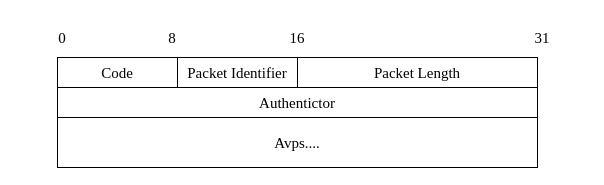
Earlier version of the draw.io diagram Radius协议报文格式.drawio (PATORITU/PATORITU). Source tidied: cells renumbered, new cells numbered last; positions are measured from the earlier drawing's top-left corner, leaving out a move shared by most shapes. Both pictures are drawn from the tidied source at 100%, with x=0, y=0 at pixel (17, 17).
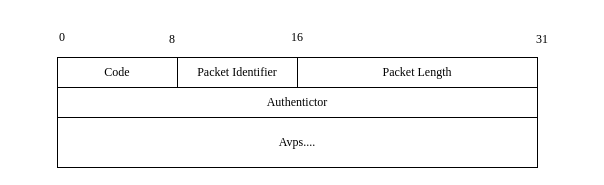
The same diagram, later.

Commit message:
更新Radius协议报文格式.drawio

Diff of the diagram source:
```diff
@@
 <mxGraphModel>
   <root>
     <mxCell id="0" />
     <mxCell id="1" parent="0" />
-    <mxCell id="2" value="&lt;span style=&quot;font-size: 15px;&quot;&gt;16&lt;/span&gt;" style="rounded=1;whiteSpace=wrap;html=1;strokeColor=none;fontFamily=Times New Roman;" parent="1" vertex="1">
+    <mxCell id="2" value="&lt;font style=&quot;font-size: 12px;&quot;&gt;16&lt;/font&gt;" style="rounded=1;whiteSpace=wrap;html=1;strokeColor=none;fontFamily=Times New Roman;" parent="1" vertex="1">
       <mxGeometry x="235" width="90" height="40" as="geometry" />
     </mxCell>
-    <mxCell id="3" value="&lt;font style=&quot;font-size: 15px;&quot;&gt;0&lt;/font&gt;" style="rounded=1;whiteSpace=wrap;html=1;strokeColor=none;fontFamily=Times New Roman;" parent="1" vertex="1">
+    <mxCell id="3" value="&lt;font style=&quot;font-size: 12px;&quot;&gt;0&lt;/font&gt;" style="rounded=1;whiteSpace=wrap;html=1;strokeColor=none;fontFamily=Times New Roman;" parent="1" vertex="1">
       <mxGeometry width="90" height="40" as="geometry" />
     </mxCell>
-    <mxCell id="4" value="8" style="rounded=1;whiteSpace=wrap;html=1;strokeColor=none;fontSize=15;fontFamily=Times New Roman;" parent="1" vertex="1">
+    <mxCell id="4" value="&lt;font style=&quot;font-size: 12px;&quot;&gt;8&lt;/font&gt;" style="rounded=1;whiteSpace=wrap;html=1;strokeColor=none;fontSize=15;fontFamily=Times New Roman;" parent="1" vertex="1">
       <mxGeometry x="110" width="90" height="40" as="geometry" />
     </mxCell>
-    <mxCell id="5" value="31" style="rounded=1;whiteSpace=wrap;html=1;strokeColor=none;fontSize=15;fontFamily=Times New Roman;" parent="1" vertex="1">
+    <mxCell id="5" value="&lt;font style=&quot;font-size: 12px;&quot;&gt;31&lt;/font&gt;" style="rounded=1;whiteSpace=wrap;html=1;strokeColor=none;fontSize=15;fontFamily=Times New Roman;" parent="1" vertex="1">
       <mxGeometry x="480" width="90" height="40" as="geometry" />
     </mxCell>
-    <mxCell id="6" value="Packet Length" style="rounded=0;whiteSpace=wrap;html=1;fontSize=15;fontFamily=Times New Roman;" parent="1" vertex="1">
+    <mxCell id="6" value="Packet Length" style="rounded=0;whiteSpace=wrap;html=1;fontSize=12;fontFamily=Times New Roman;" parent="1" vertex="1">
       <mxGeometry x="280" y="40" width="240" height="30" as="geometry" />
     </mxCell>
-    <mxCell id="7" value="&lt;span style=&quot;font-size: 15px;&quot;&gt;Authentictor&lt;/span&gt;" style="rounded=0;whiteSpace=wrap;html=1;fontFamily=Times New Roman;" parent="1" vertex="1">
+    <mxCell id="7" value="&lt;font style=&quot;font-size: 12px;&quot;&gt;Authentictor&lt;/font&gt;" style="rounded=0;whiteSpace=wrap;html=1;fontFamily=Times New Roman;" parent="1" vertex="1">
       <mxGeometry x="40" y="70" width="480" height="30" as="geometry" />
     </mxCell>
-    <mxCell id="8" value="&lt;span style=&quot;font-size: 15px;&quot;&gt;Avps....&lt;/span&gt;" style="rounded=0;whiteSpace=wrap;html=1;fontFamily=Times New Roman;" parent="1" vertex="1">
+    <mxCell id="8" value="&lt;font style=&quot;font-size: 12px;&quot;&gt;Avps....&lt;/font&gt;" style="rounded=0;whiteSpace=wrap;html=1;fontFamily=Times New Roman;" parent="1" vertex="1">
       <mxGeometry x="40" y="100" width="480" height="50" as="geometry" />
     </mxCell>
-    <mxCell id="9" value="&lt;span style=&quot;font-size: 15px;&quot;&gt;Packet Identifier&lt;/span&gt;" style="rounded=0;whiteSpace=wrap;html=1;fontFamily=Times New Roman;" parent="1" vertex="1">
+    <mxCell id="9" value="&lt;font style=&quot;font-size: 12px;&quot;&gt;Packet Identifier&lt;/font&gt;" style="rounded=0;whiteSpace=wrap;html=1;fontFamily=Times New Roman;" parent="1" vertex="1">
       <mxGeometry x="160" y="40" width="120" height="30" as="geometry" />
     </mxCell>
-    <mxCell id="10" value="&lt;span style=&quot;font-size: 15px;&quot;&gt;Code&lt;/span&gt;" style="rounded=0;whiteSpace=wrap;html=1;fontFamily=Times New Roman;" parent="1" vertex="1">
+    <mxCell id="10" value="&lt;font style=&quot;font-size: 12px;&quot;&gt;Code&lt;/font&gt;" style="rounded=0;whiteSpace=wrap;html=1;fontFamily=Times New Roman;" parent="1" vertex="1">
       <mxGeometry x="40" y="40" width="120" height="30" as="geometry" />
     </mxCell>
   </root>
 </mxGraphModel>
```
